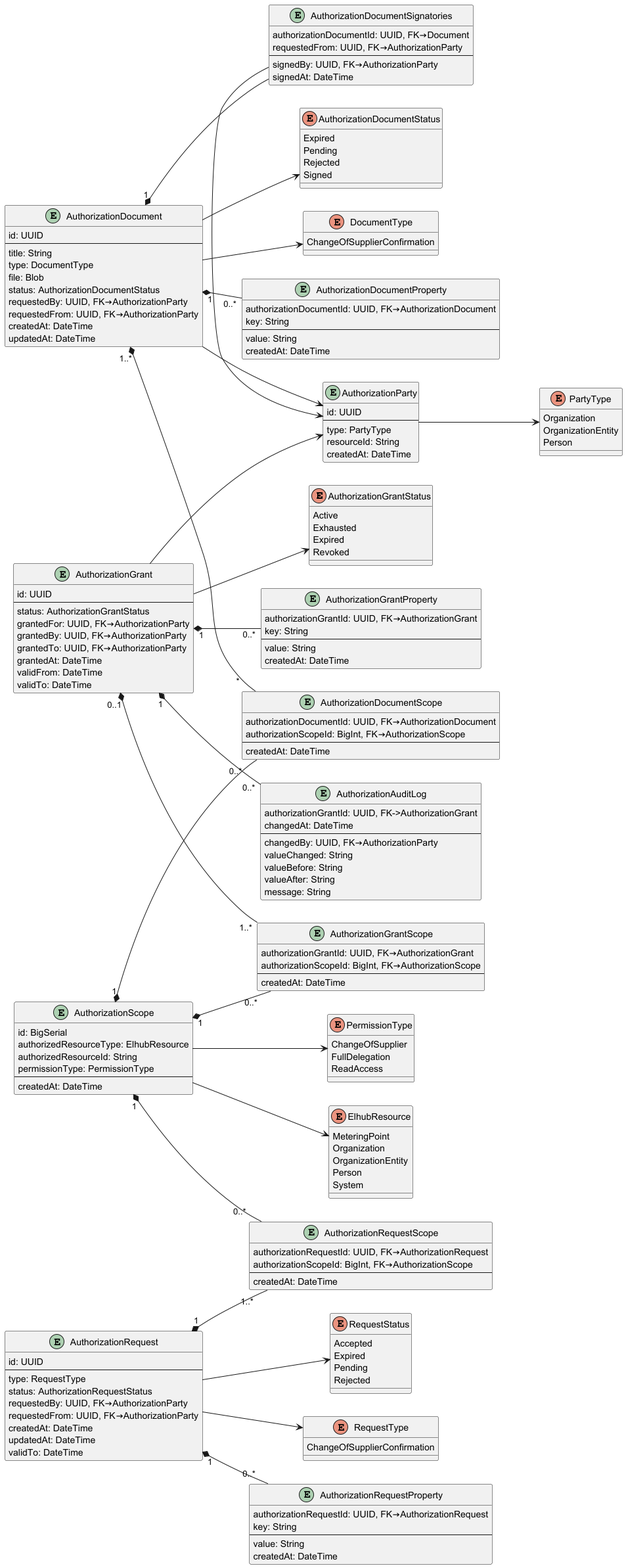
Above: docs/assets/datamodel.png in elhub/auth-grant-manager (PlantUML), before the change.
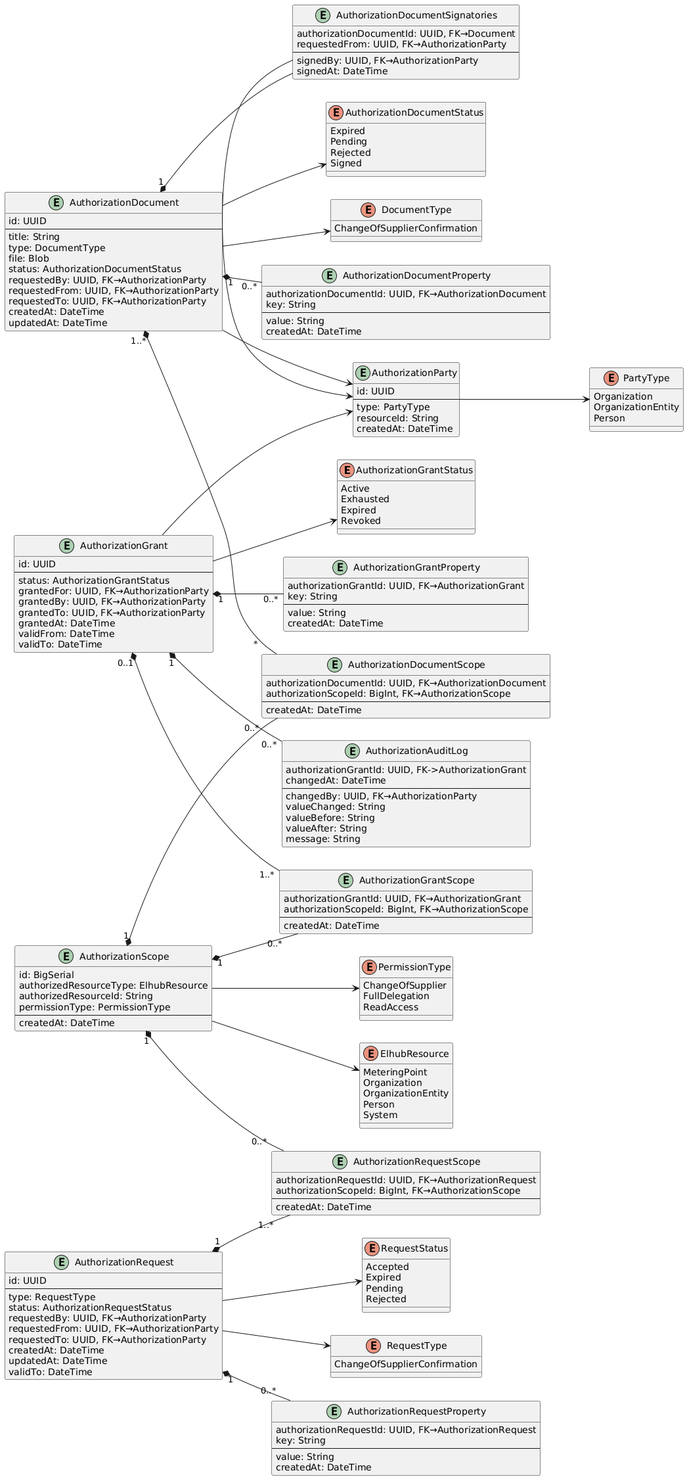
After the commit.

Change to the diagram source:
```diff
@@ -55,9 +55,9 @@
   id: UUID
   --
   status: AuthorizationGrantStatus
-  grantedFor: UUID, FK→AuthorizationParty
-  grantedBy: UUID, FK→AuthorizationParty
-  grantedTo: UUID, FK→AuthorizationParty
+  grantedFor: UUID, FK→AuthorizationParty /' The party for whom the grant is made '/
+  grantedBy: UUID, FK→AuthorizationParty /' The party that made/signed the grant '/
+  grantedTo: UUID, FK→AuthorizationParty /' The party that is given the rights by the grant '/
   grantedAt: DateTime
   validFrom: DateTime
   validTo: DateTime
@@ -87,8 +87,9 @@
   --
   type: RequestType
   status: AuthorizationRequestStatus
-  requestedBy: UUID, FK→AuthorizationParty
-  requestedFrom: UUID, FK→AuthorizationParty
+  requestedBy: UUID, FK→AuthorizationParty  /' The party that made the request '/
+  requestedFrom: UUID, FK→AuthorizationParty /' The party that the request is made to '/
+  requestedTo: UUID, FK→AuthorizationParty   /' The party that is expected to respond to the request '/
   createdAt: DateTime
   updatedAt: DateTime
   validTo: DateTime
@@ -109,8 +110,9 @@
   type: DocumentType
   file: Blob
   status: AuthorizationDocumentStatus
-  requestedBy: UUID, FK→AuthorizationParty
-  requestedFrom: UUID, FK→AuthorizationParty
+  requestedBy: UUID, FK→AuthorizationParty  /' The party that made the request '/
+  requestedFrom: UUID, FK→AuthorizationParty /' The party that the request is made to '/
+  requestedTo: UUID, FK→AuthorizationParty   /' The party that is expected to respond to the request '/
   createdAt: DateTime
   updatedAt: DateTime
 }
```
